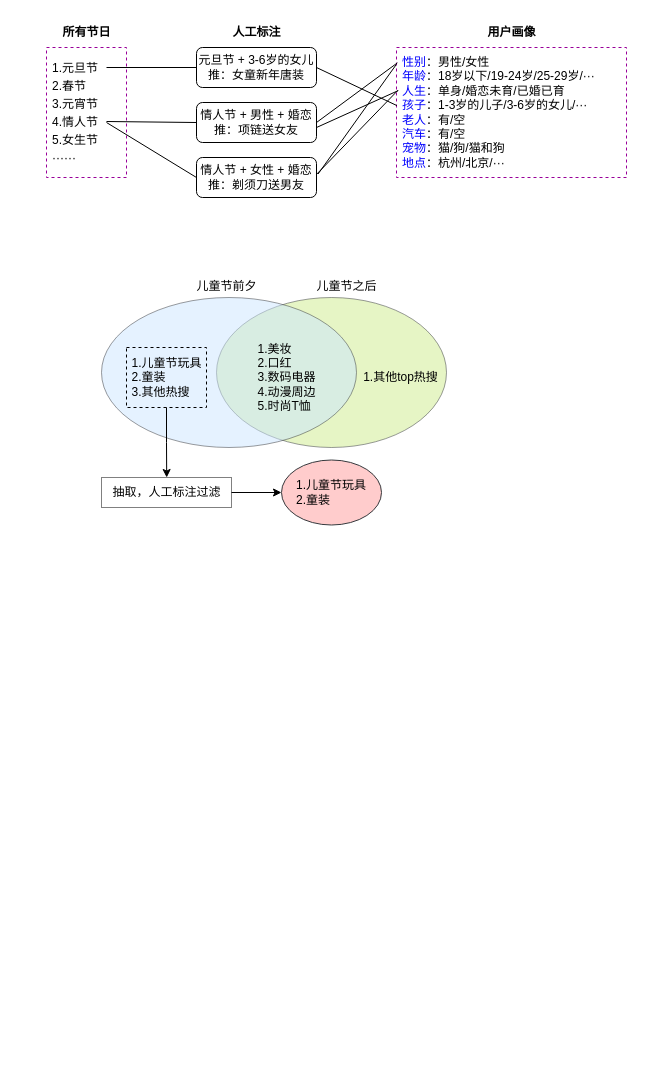
This is page "样本标注" (2 of 3) of Other_img/客观环境LLM建设图.drawio from cheungwoonming/picx-images-hosting, a draw.io file, before an edit. Source tidied: cells renumbered, new cells numbered last; positions are measured from the earlier drawing's top-left corner, leaving out a move shared by most shapes. Both pictures are drawn from the tidied source at 100%, with x=0, y=0 at pixel (46, 17).
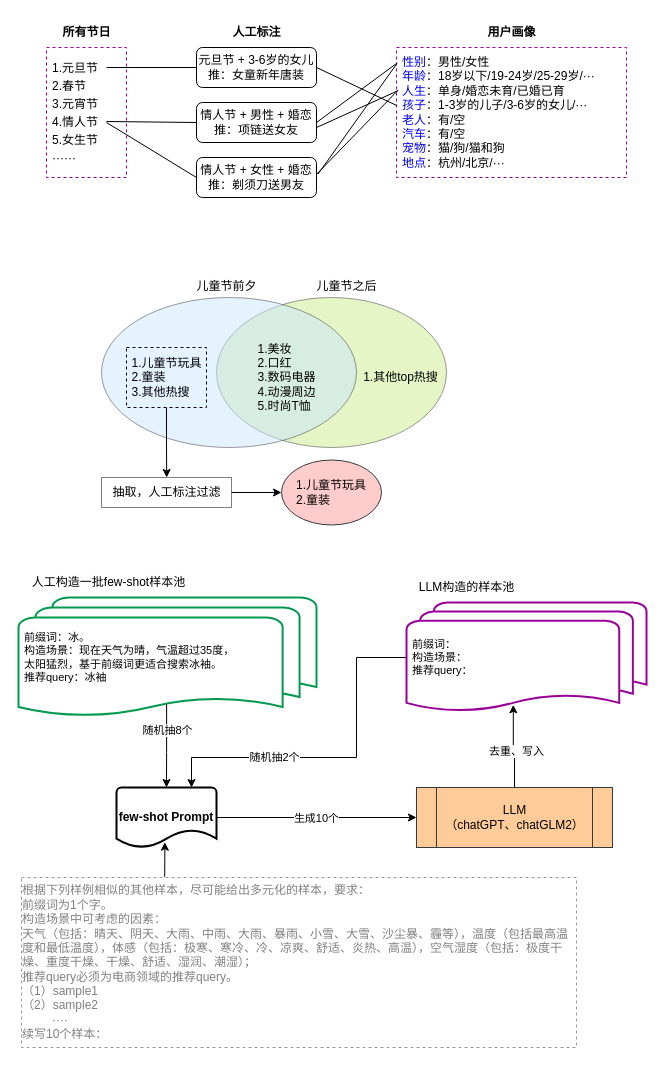
After the change.

The edit, as a diff of the source:
```diff
@@
+    <mxCell id="30" style="edgeStyle=orthogonalEdgeStyle;rounded=0;jettySize=auto;html=1;entryX=0.5;entryY=0;entryDx=0;entryDy=0;entryPerimeter=0;exitX=0.497;exitY=0.814;exitDx=0;exitDy=0;exitPerimeter=0;" parent="1" edge="1" source="32" target="42">
+      <mxGeometry relative="1" as="geometry" />
+    </mxCell>
+    <mxCell id="31" value="随机抽8个" style="edgeLabel;html=1;align=center;verticalAlign=middle;" parent="30" vertex="1">
+      <mxGeometry x="-0.24" relative="1" as="geometry" />
+    </mxCell>
+    <mxCell id="32" value="&lt;div style=&quot;font-size: 11px;&quot;&gt;&lt;font style=&quot;font-size: 11px;&quot;&gt;前缀词：冰。&lt;/font&gt;&lt;/div&gt;&lt;div style=&quot;font-size: 11px;&quot;&gt;&lt;font style=&quot;font-size: 11px;&quot;&gt;构造场景：现在天气为晴，气温超过35度，&lt;/font&gt;&lt;/div&gt;&lt;div style=&quot;font-size: 11px;&quot;&gt;&lt;font style=&quot;font-size: 11px;&quot;&gt;太阳猛烈，基于前缀词更适合搜索冰袖。&lt;/font&gt;&lt;/div&gt;&lt;div style=&quot;font-size: 11px;&quot;&gt;&lt;font style=&quot;font-size: 11px;&quot;&gt;推荐query：冰袖&lt;/font&gt;&lt;/div&gt;" style="strokeWidth=2;html=1;shape=mxgraph.flowchart.multi-document;whiteSpace=wrap;align=left;spacing=6;fontSize=10;strokeColor=#00994D;" parent="1" vertex="1">
+      <mxGeometry x="-28" y="580" width="298" height="120" as="geometry" />
+    </mxCell>
+    <mxCell id="33" value="人工构造一批few-shot样本池" style="text;html=1;align=center;verticalAlign=middle;strokeColor=none;fillColor=none;" parent="1" vertex="1">
+      <mxGeometry x="-28" y="550" width="180" height="30" as="geometry" />
+    </mxCell>
+    <mxCell id="34" style="edgeStyle=orthogonalEdgeStyle;rounded=0;jettySize=auto;html=1;entryX=0.75;entryY=0;entryDx=0;entryDy=0;entryPerimeter=0;" parent="1" edge="1" source="36" target="42">
+      <mxGeometry relative="1" as="geometry">
+        <Array as="points">
+          <mxPoint x="310" y="640" />
+          <mxPoint x="310" y="740" />
+          <mxPoint x="145" y="740" />
+        </Array>
+      </mxGeometry>
+    </mxCell>
+    <mxCell id="35" value="随机抽2个" style="edgeLabel;html=1;align=center;verticalAlign=middle;" parent="34" vertex="1">
+      <mxGeometry x="0.35" y="-1" relative="1" as="geometry" />
+    </mxCell>
+    <mxCell id="36" value="&lt;div style=&quot;border-color: var(--border-color); font-size: 11px;&quot;&gt;&lt;font style=&quot;border-color: var(--border-color);&quot;&gt;前缀词：&lt;/font&gt;&lt;/div&gt;&lt;div style=&quot;border-color: var(--border-color); font-size: 11px;&quot;&gt;&lt;font style=&quot;border-color: var(--border-color);&quot;&gt;构造场景：&lt;/font&gt;&lt;/div&gt;&lt;div style=&quot;border-color: var(--border-color); font-size: 11px;&quot;&gt;&lt;font style=&quot;border-color: var(--border-color);&quot;&gt;推荐query：&lt;/font&gt;&lt;/div&gt;" style="strokeWidth=2;html=1;shape=mxgraph.flowchart.multi-document;whiteSpace=wrap;strokeColor=#990099;align=left;spacing=6;" parent="1" vertex="1">
+      <mxGeometry x="360" y="585" width="240" height="110" as="geometry" />
+    </mxCell>
+    <mxCell id="37" style="edgeStyle=orthogonalEdgeStyle;rounded=0;jettySize=auto;html=1;entryX=0.445;entryY=0.93;entryDx=0;entryDy=0;entryPerimeter=0;" parent="1" edge="1" source="39" target="36">
+      <mxGeometry relative="1" as="geometry" />
+    </mxCell>
+    <mxCell id="38" value="去重、写入" style="edgeLabel;html=1;align=center;verticalAlign=middle;" parent="37" vertex="1">
+      <mxGeometry x="-0.11" y="-1" relative="1" as="geometry" />
+    </mxCell>
+    <mxCell id="39" value="LLM&lt;br&gt;（chatGPT、chatGLM2）" style="shape=process;whiteSpace=wrap;html=1;backgroundOutline=1;fillColor=#ffcc99;strokeColor=#36393d;" parent="1" vertex="1">
+      <mxGeometry x="370" y="770" width="196" height="60" as="geometry" />
+    </mxCell>
+    <mxCell id="40" style="edgeStyle=orthogonalEdgeStyle;rounded=0;jettySize=auto;html=1;exitX=1;exitY=0.5;exitDx=0;exitDy=0;exitPerimeter=0;entryX=0;entryY=0.5;entryDx=0;entryDy=0;" parent="1" edge="1" source="42" target="39">
+      <mxGeometry relative="1" as="geometry" />
+    </mxCell>
+    <mxCell id="41" value="生成10个" style="edgeLabel;html=1;align=center;verticalAlign=middle;" parent="40" vertex="1">
+      <mxGeometry x="-0.18" y="1" relative="1" as="geometry">
+        <mxPoint x="17" y="1" as="offset" />
+      </mxGeometry>
+    </mxCell>
+    <mxCell id="42" value="&lt;div style=&quot;&quot;&gt;&lt;b style=&quot;&quot;&gt;&lt;font style=&quot;font-size: 12px;&quot;&gt;few-shot Prompt&lt;/font&gt;&lt;/b&gt;&lt;/div&gt;" style="strokeWidth=2;html=1;shape=mxgraph.flowchart.document2;whiteSpace=wrap;size=0.29492753623188145;align=center;" parent="1" vertex="1">
+      <mxGeometry x="70" y="770" width="100" height="60" as="geometry" />
+    </mxCell>
+    <mxCell id="43" value="&lt;div style=&quot;border-color: var(--border-color); text-align: left;&quot;&gt;&lt;font color=&quot;#808080&quot;&gt;根据下列样例相似的其他样本，尽可能给出多元化的样本，要求：&lt;/font&gt;&lt;/div&gt;&lt;div style=&quot;border-color: var(--border-color); text-align: left;&quot;&gt;&lt;font color=&quot;#808080&quot;&gt;前缀词为1个字。&lt;/font&gt;&lt;/div&gt;&lt;div style=&quot;border-color: var(--border-color); text-align: left;&quot;&gt;&lt;font color=&quot;#808080&quot;&gt;构造场景中可考虑的因素：&lt;/font&gt;&lt;/div&gt;&lt;div style=&quot;border-color: var(--border-color); text-align: left;&quot;&gt;&lt;font color=&quot;#808080&quot;&gt;天气（包括：晴天、阴天、大雨、中雨、大雨、暴雨、小雪、大雪、沙尘暴、霾等），温度（包括最高温度和最低温度），体感（包括：极寒、寒冷、冷、凉爽、舒适、炎热、高温），空气湿度（包括：极度干燥、重度干燥、干燥、舒适、湿润、潮湿）；&lt;/font&gt;&lt;/div&gt;&lt;div style=&quot;border-color: var(--border-color); text-align: left;&quot;&gt;&lt;font color=&quot;#808080&quot; style=&quot;border-color: var(--border-color);&quot;&gt;&lt;span style=&quot;background-color: initial;&quot;&gt;推荐query必须为电商领域的推荐query&lt;/span&gt;。&lt;/font&gt;&lt;/div&gt;&lt;div style=&quot;border-color: var(--border-color); text-align: left;&quot;&gt;&lt;font color=&quot;#808080&quot; style=&quot;border-color: var(--border-color);&quot;&gt;（1）sample1&lt;/font&gt;&lt;/div&gt;&lt;div style=&quot;border-color: var(--border-color); text-align: left;&quot;&gt;&lt;font color=&quot;#808080&quot; style=&quot;border-color: var(--border-color);&quot;&gt;（2）sample2&lt;/font&gt;&lt;/div&gt;&lt;div style=&quot;border-color: var(--border-color); text-align: left;&quot;&gt;&lt;font color=&quot;#808080&quot;&gt;&amp;nbsp; &amp;nbsp; &amp;nbsp; &amp;nbsp; &amp;nbsp;····&lt;/font&gt;&lt;/div&gt;&lt;div style=&quot;border-color: var(--border-color); text-align: left;&quot;&gt;&lt;font color=&quot;#808080&quot; style=&quot;border-color: var(--border-color);&quot;&gt;续写10个样本：&lt;/font&gt;&lt;/div&gt;" style="rounded=0;whiteSpace=wrap;html=1;dashed=1;strokeColor=#999999;" parent="1" vertex="1">
+      <mxGeometry x="-25" y="860" width="555" height="170" as="geometry" />
+    </mxCell>
+    <mxCell id="44" value="LLM构造的样本池" style="text;html=1;align=center;verticalAlign=middle;strokeColor=none;fillColor=none;" parent="1" vertex="1">
+      <mxGeometry x="360" y="555" width="120" height="30" as="geometry" />
+    </mxCell>
+    <mxCell id="45" style="endArrow=classic;html=1;rounded=0;entryX=0.484;entryY=0.912;entryDx=0;entryDy=0;entryPerimeter=0;exitX=0.258;exitY=-0.004;exitDx=0;exitDy=0;exitPerimeter=0;" parent="1" edge="1" source="43" target="42">
+      <mxGeometry relative="1" as="geometry" />
+    </mxCell>
```
